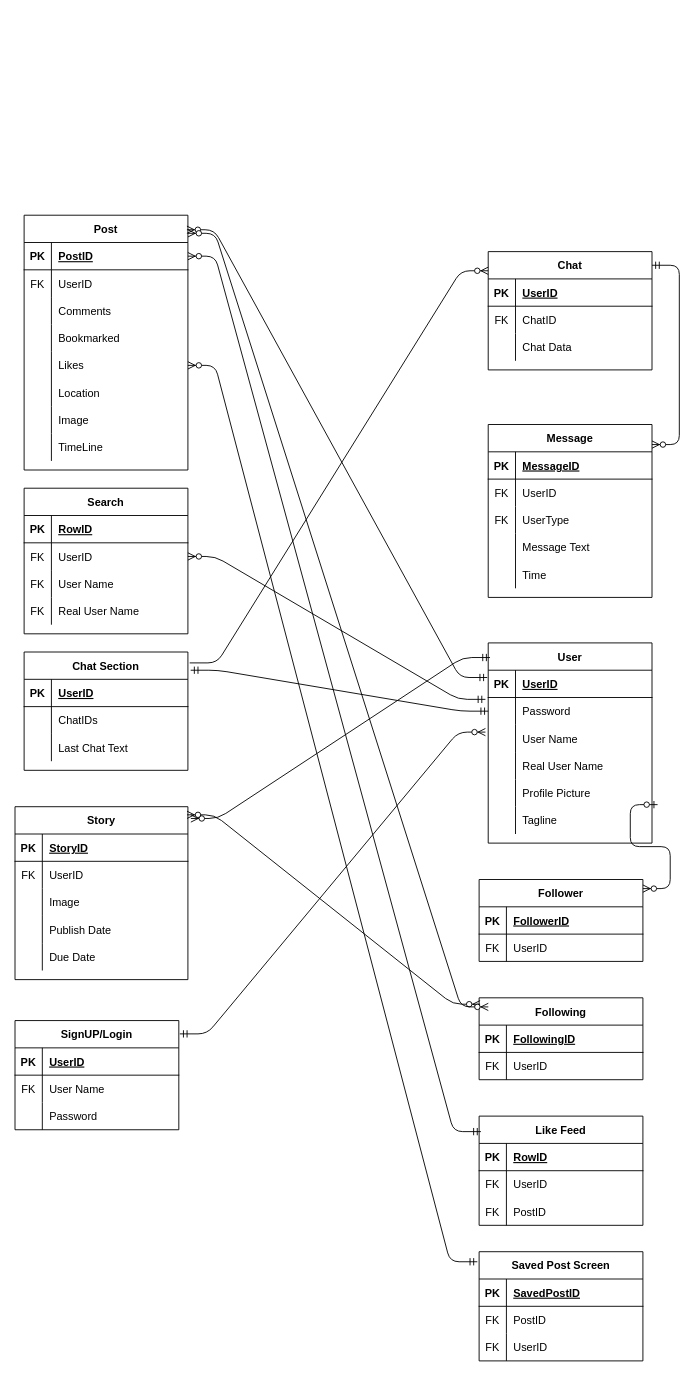
This is page "2- Crows Notations & Relationships" (2 of 2) of Instagram DB Schema/Instagram.drawio from eqan/Instagram-ReImagened, a draw.io file, before an edit. Source tidied: cells renumbered, new cells numbered last; positions are measured from the earlier drawing's top-left corner, leaving out a move shared by most shapes. Both pictures are drawn from the tidied source at 91%, with x=0, y=0 at pixel (15, 215).
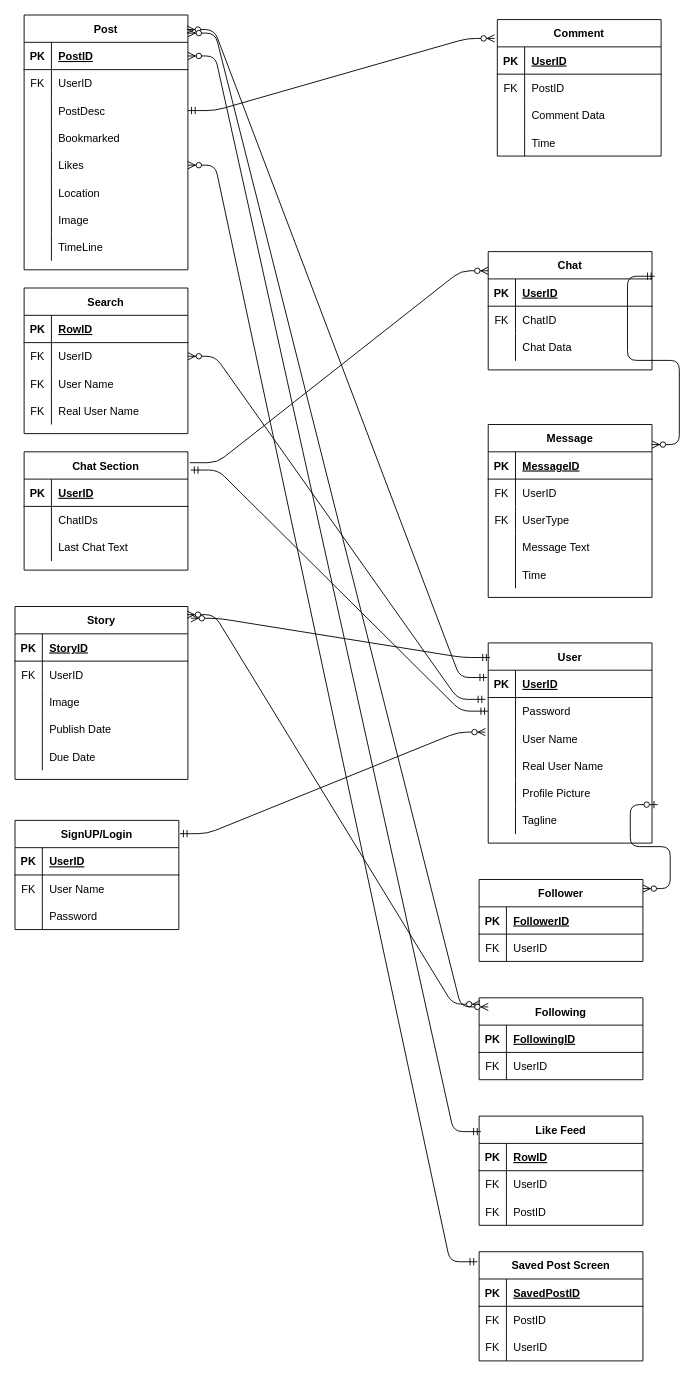
The same page after the edit.

The change refers to these unchanged cells:
```xml
<mxCell id="9" style="shape=partialRectangle;fillColor=none;top=0;left=0;bottom=0;right=0;points=[[0,0.5],[1,0.5]];portConstraint=eastwest;" parent="2" vertex="1">
  <mxGeometry y="90" width="180" height="30" as="geometry" />
</mxCell>
<mxCell id="71" value="Chat" style="shape=table;startSize=30;childLayout=tableLayout;rowLines=0;fontStyle=1;align=center;" parent="1" vertex="1">
  <mxGeometry x="520" y="40" width="180" height="130" as="geometry" />
</mxCell>
<mxCell id="114" value="Message" style="shape=table;startSize=30;childLayout=tableLayout;rowLines=0;fontStyle=1;align=center;" parent="1" vertex="1">
  <mxGeometry x="520" y="230" width="180" height="190" as="geometry" />
</mxCell>
```

Diff of the diagram source:
```diff
@@
     <mxCell id="2" value="Post" style="shape=table;startSize=30;childLayout=tableLayout;rowLines=0;fontStyle=1;align=center;" parent="1" vertex="1">
-      <mxGeometry x="10" width="180" height="280" as="geometry" />
+      <mxGeometry x="10" y="-220" width="180" height="280" as="geometry" />
     </mxCell>
@@
-    <mxCell id="11" value="Comments" style="shape=partialRectangle;fillColor=none;top=0;left=0;bottom=0;right=0;align=left;spacingLeft=6;overflow=hidden;" parent="9" vertex="1">
+    <mxCell id="11" value="PostDesc" style="shape=partialRectangle;fillColor=none;top=0;left=0;bottom=0;right=0;align=left;spacingLeft=6;overflow=hidden;" parent="9" vertex="1">
       <mxGeometry x="30" width="150" height="30" as="geometry" />
     </mxCell>
@@
     <mxCell id="47" value="Search" style="shape=table;startSize=30;childLayout=tableLayout;rowLines=0;fontStyle=1;align=center;" parent="1" vertex="1">
-      <mxGeometry x="10" y="300" width="180" height="160" as="geometry" />
+      <mxGeometry x="10" y="80" width="180" height="160" as="geometry" />
     </mxCell>
@@
     <mxCell id="61" value="Chat Section" style="shape=table;startSize=30;childLayout=tableLayout;rowLines=0;fontStyle=1;align=center;" parent="1" vertex="1">
-      <mxGeometry x="10" y="480" width="180" height="130" as="geometry" />
+      <mxGeometry x="10" y="260" width="180" height="130" as="geometry" />
     </mxCell>
@@
     <mxCell id="82" value="Story" style="shape=table;startSize=30;childLayout=tableLayout;rowLines=0;fontStyle=1;align=center;" parent="1" vertex="1">
-      <mxGeometry y="650" width="190" height="190" as="geometry" />
+      <mxGeometry y="430" width="190" height="190" as="geometry" />
     </mxCell>
@@
-    <mxCell id="132" style="edgeStyle=entityRelationEdgeStyle;fontSize=12;html=1;endArrow=ERzeroToMany;startArrow=ERmandOne;entryX=1;entryY=0.116;entryDx=0;entryDy=0;entryPerimeter=0;" parent="1" edge="1" target="114">
-      <mxGeometry relative="1" as="geometry">
-        <mxPoint x="700" y="55" as="sourcePoint" />
-      </mxGeometry>
+    <mxCell id="132" style="edgeStyle=entityRelationEdgeStyle;fontSize=12;html=1;endArrow=ERzeroToMany;startArrow=ERmandOne;entryX=1;entryY=0.116;entryDx=0;entryDy=0;entryPerimeter=0;exitX=1.017;exitY=0.208;exitDx=0;exitDy=0;exitPerimeter=0;" parent="1" edge="1" source="71" target="114">
+      <mxGeometry relative="1" as="geometry" />
     </mxCell>
@@
     <mxCell id="153" value="SignUP/Login" style="shape=table;startSize=30;childLayout=tableLayout;rowLines=0;fontStyle=1;align=center;" parent="1" vertex="1">
-      <mxGeometry y="885" width="180" height="120" as="geometry" />
+      <mxGeometry y="665" width="180" height="120" as="geometry" />
     </mxCell>
@@
+    <mxCell id="167" value="Comment" style="shape=table;startSize=30;childLayout=tableLayout;rowLines=0;fontStyle=1;align=center;" parent="1" vertex="1">
+      <mxGeometry x="530" y="-215" width="180" height="150" as="geometry" />
+    </mxCell>
+    <mxCell id="168" style="shape=partialRectangle;fillColor=none;top=0;left=0;bottom=1;right=0;" parent="167" vertex="1">
+      <mxGeometry y="30" width="180" height="30" as="geometry" />
+    </mxCell>
+    <mxCell id="169" value="PK" style="shape=partialRectangle;fillColor=none;top=0;left=0;bottom=0;right=0;fontStyle=1;overflow=hidden;" parent="168" vertex="1">
+      <mxGeometry width="30" height="30" as="geometry" />
+    </mxCell>
+    <mxCell id="170" value="UserID" style="shape=partialRectangle;fillColor=none;top=0;left=0;bottom=0;right=0;align=left;spacingLeft=6;fontStyle=5;overflow=hidden;" parent="168" vertex="1">
+      <mxGeometry x="30" width="150" height="30" as="geometry" />
+    </mxCell>
+    <mxCell id="171" style="shape=partialRectangle;fillColor=none;top=0;left=0;bottom=0;right=0;" parent="167" vertex="1">
+      <mxGeometry y="60" width="180" height="30" as="geometry" />
+    </mxCell>
+    <mxCell id="172" value="FK" style="shape=partialRectangle;fillColor=none;top=0;left=0;bottom=0;right=0;fontStyle=0;overflow=hidden;" parent="171" vertex="1">
+      <mxGeometry width="30" height="30" as="geometry" />
+    </mxCell>
+    <mxCell id="173" value="PostID" style="shape=partialRectangle;fillColor=none;top=0;left=0;bottom=0;right=0;align=left;spacingLeft=6;fontStyle=0;overflow=hidden;" parent="171" vertex="1">
+      <mxGeometry x="30" width="150" height="30" as="geometry" />
+    </mxCell>
+    <mxCell id="174" style="shape=partialRectangle;fillColor=none;top=0;left=0;bottom=0;right=0;" parent="167" vertex="1">
+      <mxGeometry y="90" width="180" height="30" as="geometry" />
+    </mxCell>
+    <mxCell id="175" style="shape=partialRectangle;fillColor=none;top=0;left=0;bottom=0;right=0;overflow=hidden;" parent="174" vertex="1">
+      <mxGeometry width="30" height="30" as="geometry" />
+    </mxCell>
+    <mxCell id="176" value="Comment Data" style="shape=partialRectangle;fillColor=none;top=0;left=0;bottom=0;right=0;align=left;spacingLeft=6;overflow=hidden;" parent="174" vertex="1">
+      <mxGeometry x="30" width="150" height="30" as="geometry" />
+    </mxCell>
+    <mxCell id="177" style="shape=partialRectangle;fillColor=none;top=0;left=0;bottom=0;right=0;" parent="167" vertex="1">
+      <mxGeometry y="120" width="180" height="30" as="geometry" />
+    </mxCell>
+    <mxCell id="178" style="shape=partialRectangle;fillColor=none;top=0;left=0;bottom=0;right=0;overflow=hidden;" parent="177" vertex="1">
+      <mxGeometry width="30" height="30" as="geometry" />
+    </mxCell>
+    <mxCell id="179" value="Time" style="shape=partialRectangle;fillColor=none;top=0;left=0;bottom=0;right=0;align=left;spacingLeft=6;overflow=hidden;" parent="177" vertex="1">
+      <mxGeometry x="30" width="150" height="30" as="geometry" />
+    </mxCell>
+    <mxCell id="180" style="edgeStyle=entityRelationEdgeStyle;fontSize=12;html=1;endArrow=ERzeroToMany;startArrow=ERmandOne;entryX=-0.017;entryY=0.138;entryDx=0;entryDy=0;entryPerimeter=0;" parent="1" edge="1" source="9" target="167">
+      <mxGeometry relative="1" as="geometry" />
+    </mxCell>
```
